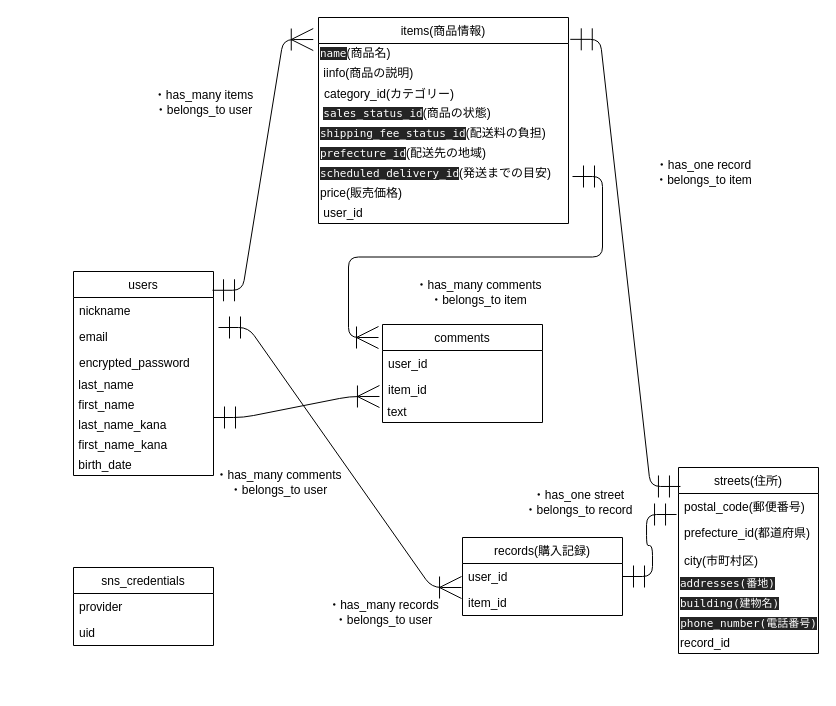
daikichi86/furima-28196 keeps this draw.io diagram as Draw.drawio. Above is the earlier version. Source tidied: cells renumbered, new cells numbered last; positions are measured from the earlier drawing's top-left corner, leaving out a move shared by most shapes. Both pictures are drawn from the tidied source at 100%, with x=0, y=0 at pixel (73, 17).
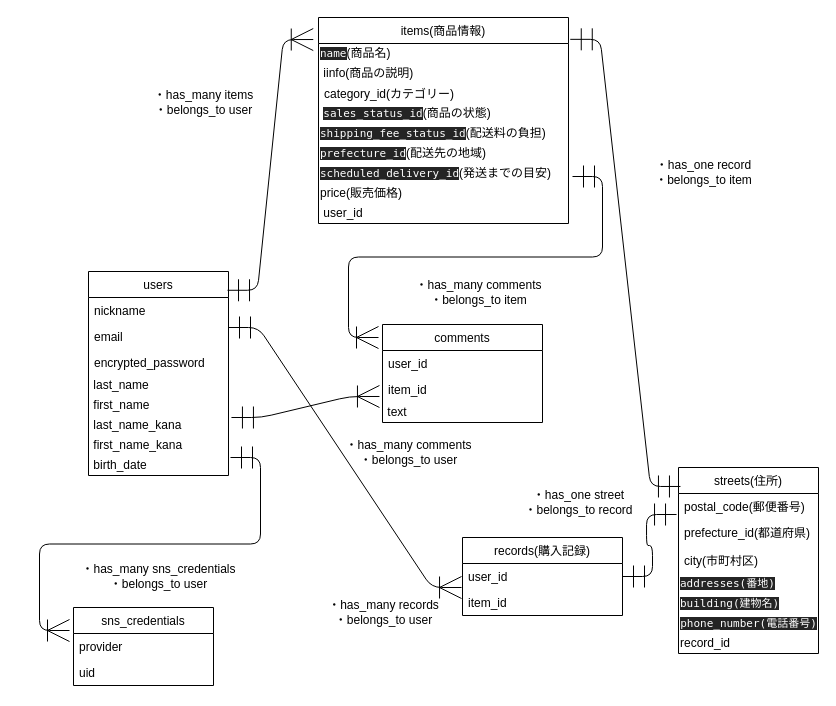
The same page after the edit.

Commit message:
SNSによるログイン認証(変更2)

The change refers to these unchanged cells:
```xml
<mxCell id="23" value="&amp;nbsp;last_name_kana" style="text;html=1;align=left;verticalAlign=middle;points=[];" parent="17" vertex="1">
  <mxGeometry y="144" width="140" height="20" as="geometry" />
</mxCell>
<mxCell id="30" value="item_id" style="text;strokeColor=none;fillColor=none;align=left;verticalAlign=top;spacingLeft=4;spacingRight=4;overflow=hidden;points=[[0,0.5],[1,0.5]];portConstraint=eastwest;" parent="28" vertex="1">
  <mxGeometry y="52" width="160" height="26" as="geometry" />
</mxCell>
<mxCell id="42" value="item_id" style="text;strokeColor=none;fillColor=none;align=left;verticalAlign=top;spacingLeft=4;spacingRight=4;overflow=hidden;points=[[0,0.5],[1,0.5]];portConstraint=eastwest;" parent="40" vertex="1">
  <mxGeometry y="52" width="160" height="26" as="geometry" />
</mxCell>
```

What changed in the source:
```diff
@@
     <mxCell id="17" value="users" style="swimlane;fontStyle=0;horizontal=1;startSize=26;fillColor=none;" parent="1" vertex="1">
-      <mxGeometry y="254" width="140" height="204" as="geometry" />
+      <mxGeometry x="15" y="254" width="140" height="204" as="geometry" />
     </mxCell>
@@
     <mxCell id="26" style="edgeStyle=entityRelationEdgeStyle;fontSize=12;html=1;endArrow=ERoneToMany;startArrow=ERmandOne;endSize=20;targetPerimeterSpacing=0;startSize=20;entryX=-0.006;entryY=-0.077;entryDx=0;entryDy=0;entryPerimeter=0;" parent="1" edge="1" target="30">
       <mxGeometry relative="1" as="geometry">
-        <mxPoint x="145" y="310" as="sourcePoint" />
+        <mxPoint x="155" y="310" as="sourcePoint" />
       </mxGeometry>
     </mxCell>
@@
-    <mxCell id="44" style="edgeStyle=entityRelationEdgeStyle;fontSize=12;html=1;endArrow=ERoneToMany;startArrow=ERmandOne;endSize=20;targetPerimeterSpacing=0;startSize=20;entryX=-0.019;entryY=0.769;entryDx=0;entryDy=0;entryPerimeter=0;" parent="1" edge="1" target="42">
-      <mxGeometry relative="1" as="geometry">
-        <mxPoint x="140" y="400" as="sourcePoint" />
-      </mxGeometry>
+    <mxCell id="44" style="edgeStyle=entityRelationEdgeStyle;fontSize=12;html=1;endArrow=ERoneToMany;startArrow=ERmandOne;endSize=20;targetPerimeterSpacing=0;startSize=20;entryX=-0.019;entryY=0.769;entryDx=0;entryDy=0;entryPerimeter=0;exitX=1.021;exitY=0.1;exitDx=0;exitDy=0;exitPerimeter=0;" parent="1" edge="1" source="23" target="42">
+      <mxGeometry relative="1" as="geometry" />
     </mxCell>
@@
     <mxCell id="46" value="・has_many comments&lt;br&gt;・belongs_to user" style="text;html=1;align=center;verticalAlign=middle;" parent="1" vertex="1">
-      <mxGeometry x="135" y="450" width="140" height="30" as="geometry" />
+      <mxGeometry x="265" y="420" width="140" height="30" as="geometry" />
     </mxCell>
@@
     <mxCell id="48" value="sns_credentials" style="swimlane;fontStyle=0;horizontal=1;startSize=26;fillColor=none;" parent="1" vertex="1">
-      <mxGeometry y="550" width="140" height="78" as="geometry" />
+      <mxGeometry y="590" width="140" height="78" as="geometry" />
     </mxCell>
@@
+    <mxCell id="51" style="edgeStyle=entityRelationEdgeStyle;fontSize=12;html=1;endArrow=ERoneToMany;startArrow=ERmandOne;endSize=20;targetPerimeterSpacing=0;startSize=20;" parent="1" edge="1">
+      <mxGeometry relative="1" as="geometry">
+        <mxPoint x="157" y="440" as="sourcePoint" />
+        <mxPoint x="-4" y="613" as="targetPoint" />
+      </mxGeometry>
+    </mxCell>
+    <mxCell id="52" value="・has_many sns_credentials&lt;br&gt;・belongs_to user" style="text;html=1;align=center;verticalAlign=middle;" parent="1" vertex="1">
+      <mxGeometry y="544" width="170" height="30" as="geometry" />
+    </mxCell>
```
